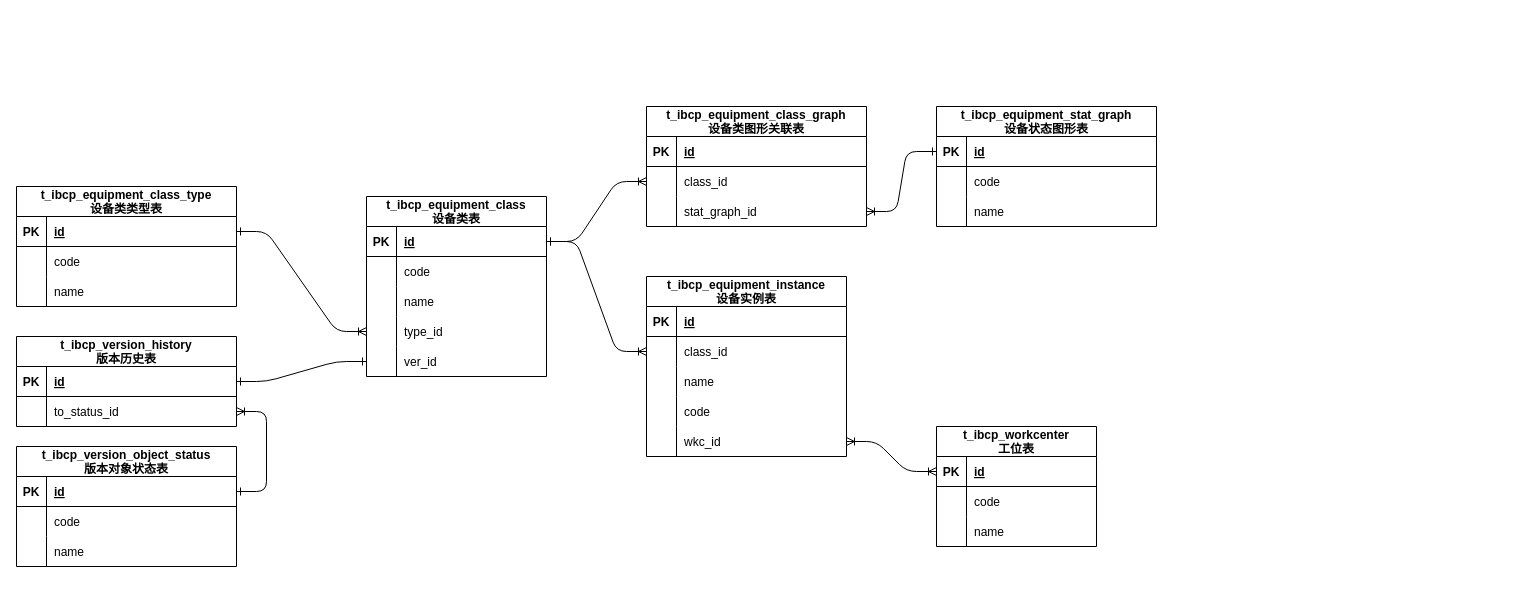
The draw.io diagram page "设备" (8 of 9) of mes/db.drawio in FreshCabbage666/drawio, before the edit. Source tidied: cells renumbered, new cells numbered last; positions are measured from the earlier drawing's top-left corner, leaving out a move shared by most shapes. Both pictures are drawn from the tidied source at 100%, with x=0, y=0 at pixel (16, 106).
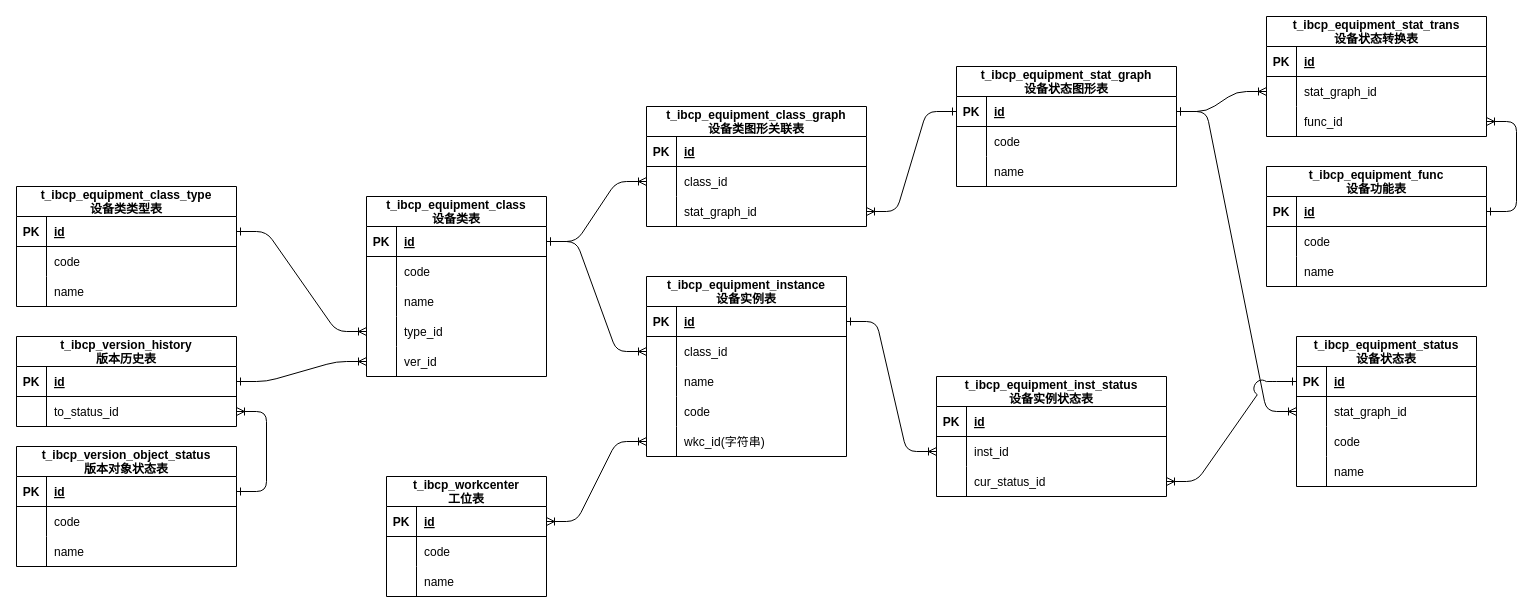
The same page after the edit.

The change refers to these unchanged cells:
```xml
<mxCell id="15" style="shape=partialRectangle;fillColor=none;points=[[0,0.5],[1,0.5]];portConstraint=eastwest;top=0;left=0;right=0;bottom=0;" parent="2" vertex="1">
  <mxGeometry y="150" width="180" height="30" as="geometry" />
</mxCell>
<mxCell id="41" style="shape=partialRectangle;fillColor=none;points=[[0,0.5],[1,0.5]];portConstraint=eastwest;top=0;left=0;right=0;bottom=1;" parent="40" vertex="1">
  <mxGeometry y="30" width="220" height="30" as="geometry" />
</mxCell>
<mxCell id="60" style="shape=partialRectangle;fillColor=none;points=[[0,0.5],[1,0.5]];portConstraint=eastwest;top=0;left=0;right=0;bottom=1;" parent="59" vertex="1">
  <mxGeometry y="30" width="200" height="30" as="geometry" />
</mxCell>
<mxCell id="72" style="shape=partialRectangle;fillColor=none;points=[[0,0.5],[1,0.5]];portConstraint=eastwest;top=0;left=0;right=0;bottom=0;" parent="59" vertex="1">
  <mxGeometry y="150" width="200" height="30" as="geometry" />
</mxCell>
<mxCell id="88" style="shape=partialRectangle;fillColor=none;points=[[0,0.5],[1,0.5]];portConstraint=eastwest;top=0;left=0;right=0;bottom=1;" parent="87" vertex="1">
  <mxGeometry y="30" width="220" height="30" as="geometry" />
</mxCell>
```

The edit, as a diff of the source:
```diff
@@
-    <mxCell id="18" style="edgeStyle=entityRelationEdgeStyle;endArrow=ERone;startArrow=ERone;endFill=0;startFill=0;" parent="1" edge="1" source="15" target="41">
+    <mxCell id="18" style="edgeStyle=entityRelationEdgeStyle;endArrow=ERone;startArrow=ERoneToMany;endFill=0;startFill=0;" parent="1" edge="1" source="15" target="41">
       <mxGeometry relative="1" as="geometry" />
     </mxCell>
@@
-    <mxCell id="74" value="wkc_id" style="shape=partialRectangle;overflow=hidden;fillColor=none;top=0;left=0;bottom=0;right=0;align=left;spacingLeft=6;" parent="72" vertex="1">
+    <mxCell id="74" value="wkc_id(字符串)" style="shape=partialRectangle;overflow=hidden;fillColor=none;top=0;left=0;bottom=0;right=0;align=left;spacingLeft=6;" parent="72" vertex="1">
       <mxGeometry x="30" width="170" height="30" as="geometry" />
     </mxCell>
@@
     <mxCell id="76" value="t_ibcp_workcenter&#10;工位表" style="shape=table;startSize=30;childLayout=tableLayout;rowLines=0;fontStyle=1;align=center;" parent="1" vertex="1">
-      <mxGeometry x="920" y="320" width="160" height="120" as="geometry" />
+      <mxGeometry x="370" y="370" width="160" height="120" as="geometry" />
     </mxCell>
@@
     <mxCell id="87" value="t_ibcp_equipment_stat_graph&#10;设备状态图形表" style="shape=table;startSize=30;childLayout=tableLayout;rowLines=0;fontStyle=1;align=center;" parent="1" vertex="1">
-      <mxGeometry x="920" width="220" height="120" as="geometry" />
+      <mxGeometry x="940" y="-40" width="220" height="120" as="geometry" />
     </mxCell>
@@
+    <mxCell id="98" value="t_ibcp_equipment_status&#10;设备状态表" style="shape=table;startSize=30;childLayout=tableLayout;rowLines=0;fontStyle=1;align=center;" parent="1" vertex="1">
+      <mxGeometry x="1280" y="230" width="180" height="150" as="geometry" />
+    </mxCell>
+    <mxCell id="99" style="shape=partialRectangle;fillColor=none;points=[[0,0.5],[1,0.5]];portConstraint=eastwest;top=0;left=0;right=0;bottom=1;" parent="98" vertex="1">
+      <mxGeometry y="30" width="180" height="30" as="geometry" />
+    </mxCell>
+    <mxCell id="100" value="PK" style="shape=partialRectangle;overflow=hidden;fillColor=none;top=0;left=0;bottom=0;right=0;fontStyle=1;" parent="99" vertex="1">
+      <mxGeometry width="30" height="30" as="geometry" />
+    </mxCell>
+    <mxCell id="101" value="id" style="shape=partialRectangle;overflow=hidden;fillColor=none;top=0;left=0;bottom=0;right=0;align=left;spacingLeft=6;fontStyle=5;" parent="99" vertex="1">
+      <mxGeometry x="30" width="150" height="30" as="geometry" />
+    </mxCell>
+    <mxCell id="102" style="shape=partialRectangle;fillColor=none;points=[[0,0.5],[1,0.5]];portConstraint=eastwest;top=0;left=0;right=0;bottom=0;" parent="98" vertex="1">
+      <mxGeometry y="60" width="180" height="30" as="geometry" />
+    </mxCell>
+    <mxCell id="103" style="shape=partialRectangle;overflow=hidden;fillColor=none;top=0;left=0;bottom=0;right=0;" parent="102" vertex="1">
+      <mxGeometry width="30" height="30" as="geometry" />
+    </mxCell>
+    <mxCell id="104" value="stat_graph_id" style="shape=partialRectangle;overflow=hidden;fillColor=none;top=0;left=0;bottom=0;right=0;align=left;spacingLeft=6;" parent="102" vertex="1">
+      <mxGeometry x="30" width="150" height="30" as="geometry" />
+    </mxCell>
+    <mxCell id="105" style="shape=partialRectangle;fillColor=none;top=0;left=0;right=0;bottom=0;" parent="98" vertex="1">
+      <mxGeometry y="90" width="180" height="30" as="geometry" />
+    </mxCell>
+    <mxCell id="106" style="shape=partialRectangle;overflow=hidden;fillColor=none;top=0;left=0;bottom=0;right=0;" parent="105" vertex="1">
+      <mxGeometry width="30" height="30" as="geometry" />
+    </mxCell>
+    <mxCell id="107" value="code" style="shape=partialRectangle;overflow=hidden;fillColor=none;top=0;left=0;bottom=0;right=0;align=left;spacingLeft=6;" parent="105" vertex="1">
+      <mxGeometry x="30" width="150" height="30" as="geometry" />
+    </mxCell>
+    <mxCell id="108" style="shape=partialRectangle;fillColor=none;top=0;left=0;right=0;bottom=0;" parent="98" vertex="1">
+      <mxGeometry y="120" width="180" height="30" as="geometry" />
+    </mxCell>
+    <mxCell id="109" style="shape=partialRectangle;overflow=hidden;fillColor=none;top=0;left=0;bottom=0;right=0;" parent="108" vertex="1">
+      <mxGeometry width="30" height="30" as="geometry" />
+    </mxCell>
+    <mxCell id="110" value="name" style="shape=partialRectangle;overflow=hidden;fillColor=none;top=0;left=0;bottom=0;right=0;align=left;spacingLeft=6;" parent="108" vertex="1">
+      <mxGeometry x="30" width="150" height="30" as="geometry" />
+    </mxCell>
+    <mxCell id="111" style="edgeStyle=entityRelationEdgeStyle;endArrow=ERoneToMany;startArrow=ERone;endFill=0;startFill=0;" parent="1" edge="1" source="88" target="102">
+      <mxGeometry relative="1" as="geometry" />
+    </mxCell>
+    <mxCell id="112" value="t_ibcp_equipment_inst_status&#10;设备实例状态表" style="shape=table;startSize=30;childLayout=tableLayout;rowLines=0;fontStyle=1;align=center;" parent="1" vertex="1">
+      <mxGeometry x="920" y="270" width="230" height="120" as="geometry" />
+    </mxCell>
+    <mxCell id="113" style="shape=partialRectangle;fillColor=none;top=0;left=0;right=0;bottom=1;" parent="112" vertex="1">
+      <mxGeometry y="30" width="230" height="30" as="geometry" />
+    </mxCell>
+    <mxCell id="114" value="PK" style="shape=partialRectangle;overflow=hidden;fillColor=none;top=0;left=0;bottom=0;right=0;fontStyle=1;" parent="113" vertex="1">
+      <mxGeometry width="30" height="30" as="geometry" />
+    </mxCell>
+    <mxCell id="115" value="id" style="shape=partialRectangle;overflow=hidden;fillColor=none;top=0;left=0;bottom=0;right=0;align=left;spacingLeft=6;fontStyle=5;" parent="113" vertex="1">
+      <mxGeometry x="30" width="200" height="30" as="geometry" />
+    </mxCell>
+    <mxCell id="116" style="shape=partialRectangle;fillColor=none;points=[[0,0.5],[1,0.5]];portConstraint=eastwest;top=0;left=0;right=0;bottom=0;" parent="112" vertex="1">
+      <mxGeometry y="60" width="230" height="30" as="geometry" />
+    </mxCell>
+    <mxCell id="117" style="shape=partialRectangle;overflow=hidden;fillColor=none;top=0;left=0;bottom=0;right=0;" parent="116" vertex="1">
+      <mxGeometry width="30" height="30" as="geometry" />
+    </mxCell>
+    <mxCell id="118" value="inst_id" style="shape=partialRectangle;overflow=hidden;fillColor=none;top=0;left=0;bottom=0;right=0;align=left;spacingLeft=6;" parent="116" vertex="1">
+      <mxGeometry x="30" width="200" height="30" as="geometry" />
+    </mxCell>
+    <mxCell id="119" style="shape=partialRectangle;fillColor=none;points=[[0,0.5],[1,0.5]];portConstraint=eastwest;top=0;left=0;right=0;bottom=0;" parent="112" vertex="1">
+      <mxGeometry y="90" width="230" height="30" as="geometry" />
+    </mxCell>
+    <mxCell id="120" style="shape=partialRectangle;overflow=hidden;fillColor=none;top=0;left=0;bottom=0;right=0;" parent="119" vertex="1">
+      <mxGeometry width="30" height="30" as="geometry" />
+    </mxCell>
+    <mxCell id="121" value="cur_status_id" style="shape=partialRectangle;overflow=hidden;fillColor=none;top=0;left=0;bottom=0;right=0;align=left;spacingLeft=6;" parent="119" vertex="1">
+      <mxGeometry x="30" width="200" height="30" as="geometry" />
+    </mxCell>
+    <mxCell id="122" style="edgeStyle=entityRelationEdgeStyle;endArrow=ERoneToMany;startArrow=ERone;endFill=0;startFill=0;" parent="1" edge="1" source="60" target="116">
+      <mxGeometry relative="1" as="geometry" />
+    </mxCell>
+    <mxCell id="123" style="edgeStyle=entityRelationEdgeStyle;endArrow=ERoneToMany;startArrow=ERone;endFill=0;startFill=0;jumpStyle=arc;jumpSize=16;" parent="1" edge="1" source="99" target="119">
+      <mxGeometry relative="1" as="geometry" />
+    </mxCell>
+    <mxCell id="124" value="t_ibcp_equipment_stat_trans&#10;设备状态转换表" style="shape=table;startSize=30;childLayout=tableLayout;rowLines=0;fontStyle=1;align=center;" parent="1" vertex="1">
+      <mxGeometry x="1250" y="-90" width="220" height="120" as="geometry" />
+    </mxCell>
+    <mxCell id="125" style="shape=partialRectangle;fillColor=none;top=0;left=0;right=0;bottom=1;" parent="124" vertex="1">
+      <mxGeometry y="30" width="220" height="30" as="geometry" />
+    </mxCell>
+    <mxCell id="126" value="PK" style="shape=partialRectangle;overflow=hidden;fillColor=none;top=0;left=0;bottom=0;right=0;fontStyle=1;" parent="125" vertex="1">
+      <mxGeometry width="30" height="30" as="geometry" />
+    </mxCell>
+    <mxCell id="127" value="id" style="shape=partialRectangle;overflow=hidden;fillColor=none;top=0;left=0;bottom=0;right=0;align=left;spacingLeft=6;fontStyle=5;" parent="125" vertex="1">
+      <mxGeometry x="30" width="190" height="30" as="geometry" />
+    </mxCell>
+    <mxCell id="128" style="shape=partialRectangle;fillColor=none;points=[[0,0.5],[1,0.5]];portConstraint=eastwest;top=0;left=0;right=0;bottom=0;" parent="124" vertex="1">
+      <mxGeometry y="60" width="220" height="30" as="geometry" />
+    </mxCell>
+    <mxCell id="129" style="shape=partialRectangle;overflow=hidden;fillColor=none;top=0;left=0;bottom=0;right=0;" parent="128" vertex="1">
+      <mxGeometry width="30" height="30" as="geometry" />
+    </mxCell>
+    <mxCell id="130" value="stat_graph_id" style="shape=partialRectangle;overflow=hidden;fillColor=none;top=0;left=0;bottom=0;right=0;align=left;spacingLeft=6;" parent="128" vertex="1">
+      <mxGeometry x="30" width="190" height="30" as="geometry" />
+    </mxCell>
+    <mxCell id="131" style="shape=partialRectangle;fillColor=none;points=[[0,0.5],[1,0.5]];portConstraint=eastwest;top=0;left=0;right=0;bottom=0;" parent="124" vertex="1">
+      <mxGeometry y="90" width="220" height="30" as="geometry" />
+    </mxCell>
+    <mxCell id="132" style="shape=partialRectangle;overflow=hidden;fillColor=none;top=0;left=0;bottom=0;right=0;" parent="131" vertex="1">
+      <mxGeometry width="30" height="30" as="geometry" />
+    </mxCell>
+    <mxCell id="133" value="func_id" style="shape=partialRectangle;overflow=hidden;fillColor=none;top=0;left=0;bottom=0;right=0;align=left;spacingLeft=6;" parent="131" vertex="1">
+      <mxGeometry x="30" width="190" height="30" as="geometry" />
+    </mxCell>
+    <mxCell id="134" style="edgeStyle=entityRelationEdgeStyle;endArrow=ERoneToMany;startArrow=ERone;endFill=0;startFill=0;" parent="1" edge="1" source="88" target="128">
+      <mxGeometry relative="1" as="geometry" />
+    </mxCell>
+    <mxCell id="135" value="t_ibcp_equipment_func&#10;设备功能表" style="shape=table;startSize=30;childLayout=tableLayout;rowLines=0;fontStyle=1;align=center;" parent="1" vertex="1">
+      <mxGeometry x="1250" y="60" width="220" height="120" as="geometry" />
+    </mxCell>
+    <mxCell id="136" style="shape=partialRectangle;fillColor=none;points=[[0,0.5],[1,0.5]];portConstraint=eastwest;top=0;left=0;right=0;bottom=1;" parent="135" vertex="1">
+      <mxGeometry y="30" width="220" height="30" as="geometry" />
+    </mxCell>
+    <mxCell id="137" value="PK" style="shape=partialRectangle;overflow=hidden;fillColor=none;top=0;left=0;bottom=0;right=0;fontStyle=1;" parent="136" vertex="1">
+      <mxGeometry width="30" height="30" as="geometry" />
+    </mxCell>
+    <mxCell id="138" value="id" style="shape=partialRectangle;overflow=hidden;fillColor=none;top=0;left=0;bottom=0;right=0;align=left;spacingLeft=6;fontStyle=5;" parent="136" vertex="1">
+      <mxGeometry x="30" width="190" height="30" as="geometry" />
+    </mxCell>
+    <mxCell id="139" style="shape=partialRectangle;fillColor=none;top=0;left=0;right=0;bottom=0;" parent="135" vertex="1">
+      <mxGeometry y="60" width="220" height="30" as="geometry" />
+    </mxCell>
+    <mxCell id="140" style="shape=partialRectangle;overflow=hidden;fillColor=none;top=0;left=0;bottom=0;right=0;" parent="139" vertex="1">
+      <mxGeometry width="30" height="30" as="geometry" />
+    </mxCell>
+    <mxCell id="141" value="code" style="shape=partialRectangle;overflow=hidden;fillColor=none;top=0;left=0;bottom=0;right=0;align=left;spacingLeft=6;" parent="139" vertex="1">
+      <mxGeometry x="30" width="190" height="30" as="geometry" />
+    </mxCell>
+    <mxCell id="142" style="shape=partialRectangle;fillColor=none;top=0;left=0;right=0;bottom=0;" parent="135" vertex="1">
+      <mxGeometry y="90" width="220" height="30" as="geometry" />
+    </mxCell>
+    <mxCell id="143" style="shape=partialRectangle;overflow=hidden;fillColor=none;top=0;left=0;bottom=0;right=0;" parent="142" vertex="1">
+      <mxGeometry width="30" height="30" as="geometry" />
+    </mxCell>
+    <mxCell id="144" value="name" style="shape=partialRectangle;overflow=hidden;fillColor=none;top=0;left=0;bottom=0;right=0;align=left;spacingLeft=6;" parent="142" vertex="1">
+      <mxGeometry x="30" width="190" height="30" as="geometry" />
+    </mxCell>
+    <mxCell id="145" style="edgeStyle=entityRelationEdgeStyle;endArrow=ERoneToMany;startArrow=ERone;endFill=0;startFill=0;" parent="1" edge="1" source="136" target="131">
+      <mxGeometry relative="1" as="geometry" />
+    </mxCell>
```
